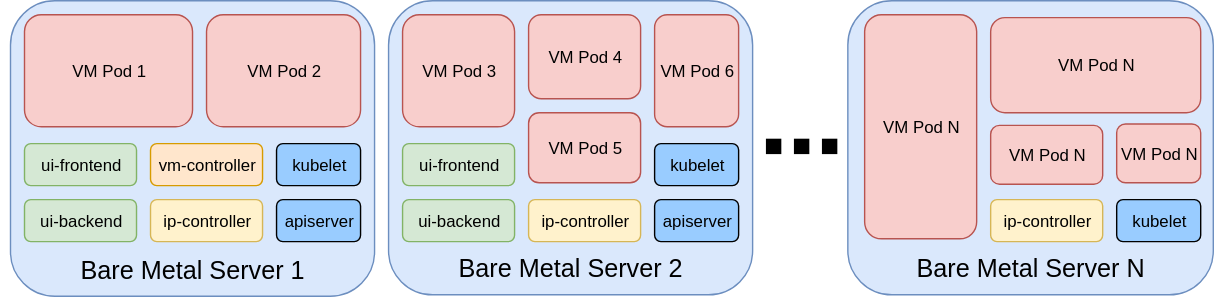
rancher/old-vm keeps this draw.io diagram as docs/highlevel.svg. Above is the earlier version. Source tidied: cells renumbered, new cells last; positions are measured from the earlier drawing's top-left corner, leaving out a move shared by most shapes.
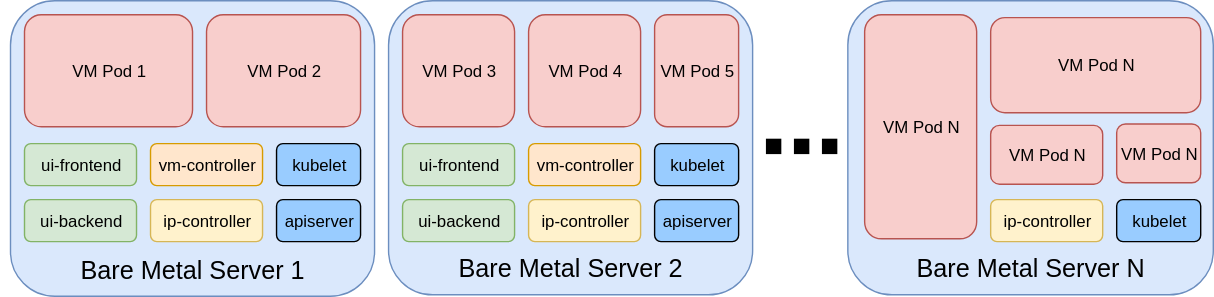
After the commit.

What changed in the source:
```diff
@@ -66,12 +66,9 @@
       <mxGeometry x="280" y="10" width="80" height="80" as="geometry" />
     </mxCell>
     <mxCell id="23" value="VM Pod 4" style="rounded=1;whiteSpace=wrap;html=1;fillColor=#f8cecc;strokeColor=#b85450;" parent="1" vertex="1">
-      <mxGeometry x="370" y="10" width="80" height="60" as="geometry" />
+      <mxGeometry x="370" y="10" width="80" height="80" as="geometry" />
     </mxCell>
-    <mxCell id="24" value="VM Pod 5" style="rounded=1;whiteSpace=wrap;html=1;fillColor=#f8cecc;strokeColor=#b85450;" parent="1" vertex="1">
-      <mxGeometry x="370" y="80" width="80" height="50" as="geometry" />
-    </mxCell>
-    <mxCell id="25" value="VM Pod 6" style="rounded=1;whiteSpace=wrap;html=1;fillColor=#f8cecc;strokeColor=#b85450;" parent="1" vertex="1">
+    <mxCell id="25" value="VM Pod 5" style="rounded=1;whiteSpace=wrap;html=1;fillColor=#f8cecc;strokeColor=#b85450;" parent="1" vertex="1">
       <mxGeometry x="460" y="10" width="60" height="80" as="geometry" />
     </mxCell>
     <mxCell id="26" value="VM Pod N" style="rounded=1;whiteSpace=wrap;html=1;fillColor=#f8cecc;strokeColor=#b85450;" parent="1" vertex="1">
@@ -95,5 +92,8 @@
     <mxCell id="32" style="whiteSpace=wrap;html=1;fillColor=#000000;" parent="1" vertex="1">
       <mxGeometry x="540" y="99" width="10" height="10" as="geometry" />
     </mxCell>
+    <mxCell id="33" value="vm-controller" style="rounded=1;whiteSpace=wrap;html=1;fillColor=#ffe6cc;strokeColor=#d79b00;" parent="1" vertex="1">
+      <mxGeometry x="370" y="102" width="80" height="30" as="geometry" />
+    </mxCell>
   </root>
 </mxGraphModel>
```
